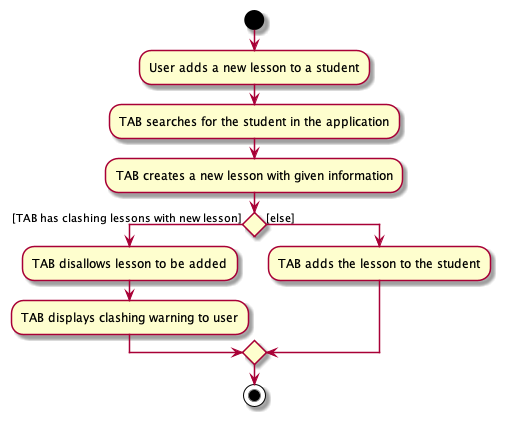
nus-cs2103-AY2122S1/tp keeps this PlantUML diagram as docs/images/LessonAddActivityDiagram.png. Above is the earlier version.
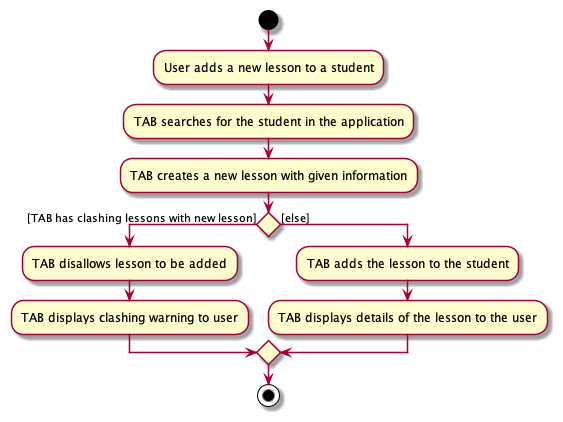
Later version of the same file.

Diff of the diagram source:
```diff
@@ -12,6 +12,7 @@
   :TAB displays clashing warning to user;
 else ([else])
   :TAB adds the lesson to the student;
+  :TAB displays details of the lesson to the user;
 endif
 
 stop
```
